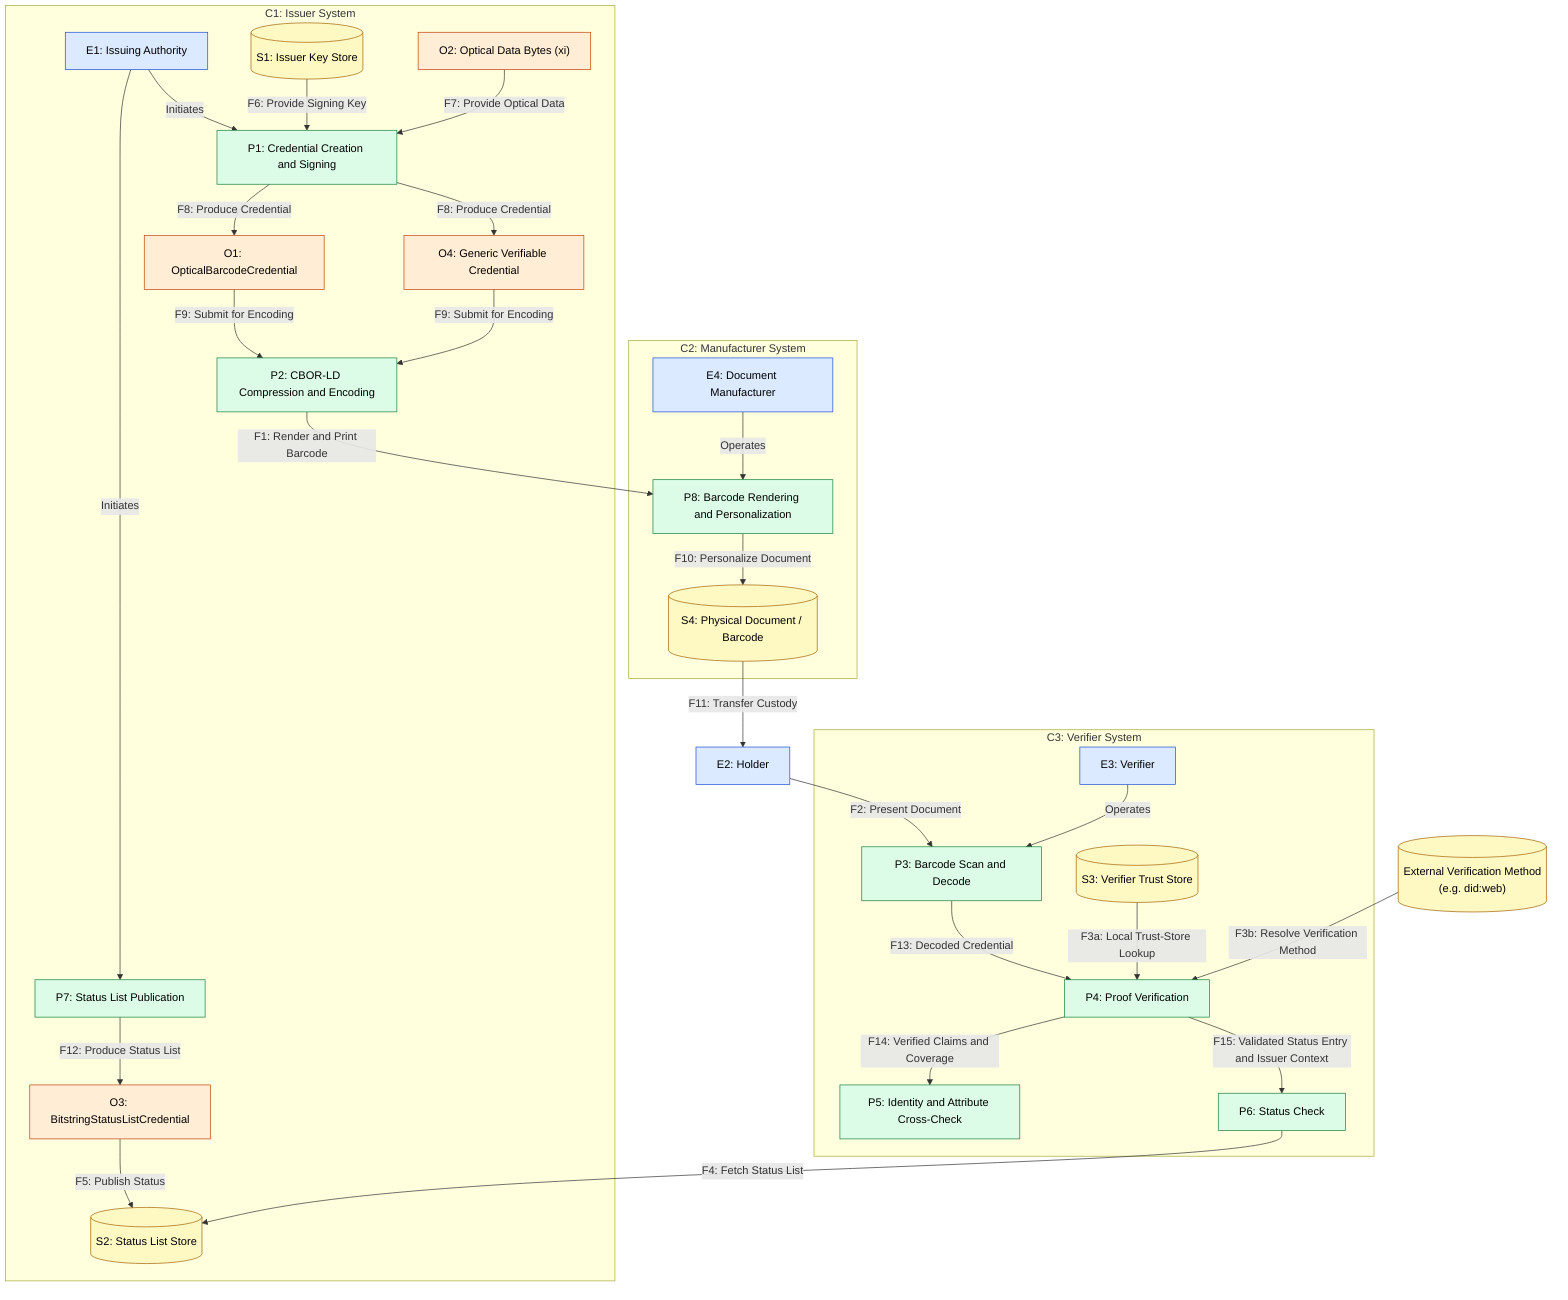
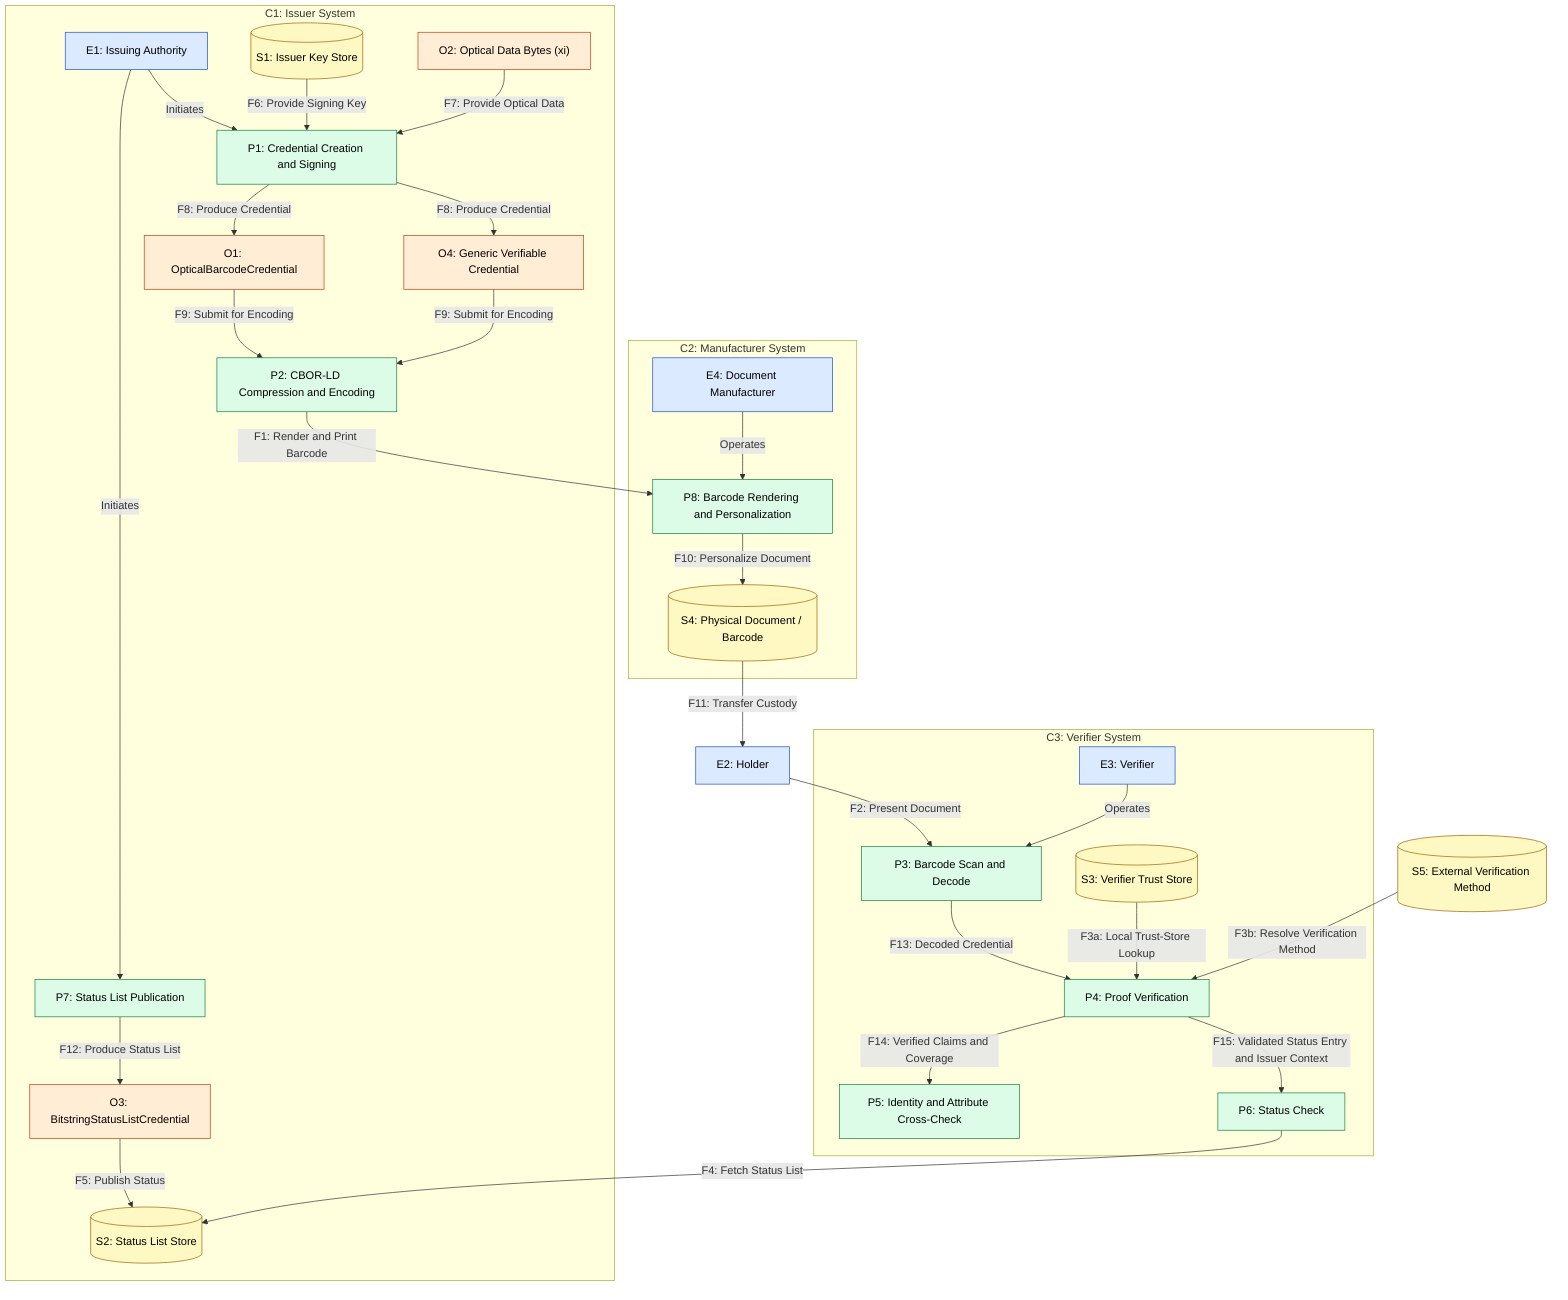
flowchart TD
  classDef entity  fill:#dbeafe,stroke:#1d4ed8,color:#000
  classDef process fill:#dcfce7,stroke:#15803d,color:#000
  classDef store   fill:#fef9c3,stroke:#a16207,color:#000
  classDef object  fill:#ffedd5,stroke:#c2410c,color:#000

  E2["E2: Holder"]:::entity

  subgraph C1["C1: Issuer System"]
    E1["E1: Issuing Authority"]:::entity
    P1["P1: Credential Creation and Signing"]:::process
    P2["P2: CBOR-LD Compression and Encoding"]:::process
    P7["P7: Status List Publication"]:::process
    S1[("S1: Issuer Key Store")]:::store
    S2[("S2: Status List Store")]:::store
    O1["O1: OpticalBarcodeCredential"]:::object
    O2["O2: Optical Data Bytes (xi)"]:::object
    O3["O3: BitstringStatusListCredential"]:::object
    O4["O4: Generic Verifiable Credential"]:::object
  end

  subgraph C2["C2: Manufacturer System"]
    E4["E4: Document Manufacturer"]:::entity
    P8["P8: Barcode Rendering and Personalization"]:::process
    S4[("S4: Physical Document / Barcode")]:::store
  end

  subgraph C3["C3: Verifier System"]
    P3["P3: Barcode Scan and Decode"]:::process
    P4["P4: Proof Verification"]:::process
    P5["P5: Identity and Attribute Cross-Check"]:::process
    P6["P6: Status Check"]:::process
    S3[("S3: Verifier Trust Store")]:::store
    E3["E3: Verifier"]:::entity
  end

-   DID[("External Verification Method
-   (e.g. did:web)")]:::store
+   S5[("S5: External Verification Method")]:::store

  E1 -->|"Initiates"| P1
  S1 -->|"F6: Provide Signing Key"| P1
  O2 -->|"F7: Provide Optical Data"| P1
  P1 -->|"F8: Produce Credential"| O1
  P1 -->|"F8: Produce Credential"| O4
  O1 -->|"F9: Submit for Encoding"| P2
  O4 -->|"F9: Submit for Encoding"| P2
  P2 -->|"F1: Render and Print Barcode"| P8
  E4 -->|"Operates"| P8
  P8 -->|"F10: Personalize Document"| S4
  S4 -->|"F11: Transfer Custody"| E2

  E1 -->|"Initiates"| P7
  P7 -->|"F12: Produce Status List"| O3
  O3 -->|"F5: Publish Status"| S2

  E2 -->|"F2: Present Document"| P3
  E3 -->|"Operates"| P3
  P3 -->|"F13: Decoded Credential"| P4
  S3 -->|"F3a: Local Trust-Store Lookup"| P4
-   DID -->|"F3b: Resolve Verification Method"| P4
+   S5 -->|"F3b: Resolve Verification Method"| P4
  P4 -->|"F14: Verified Claims and Coverage"| P5
  P4 -->|"F15: Validated Status Entry and Issuer Context"| P6
  P6 -->|"F4: Fetch Status List"| S2
